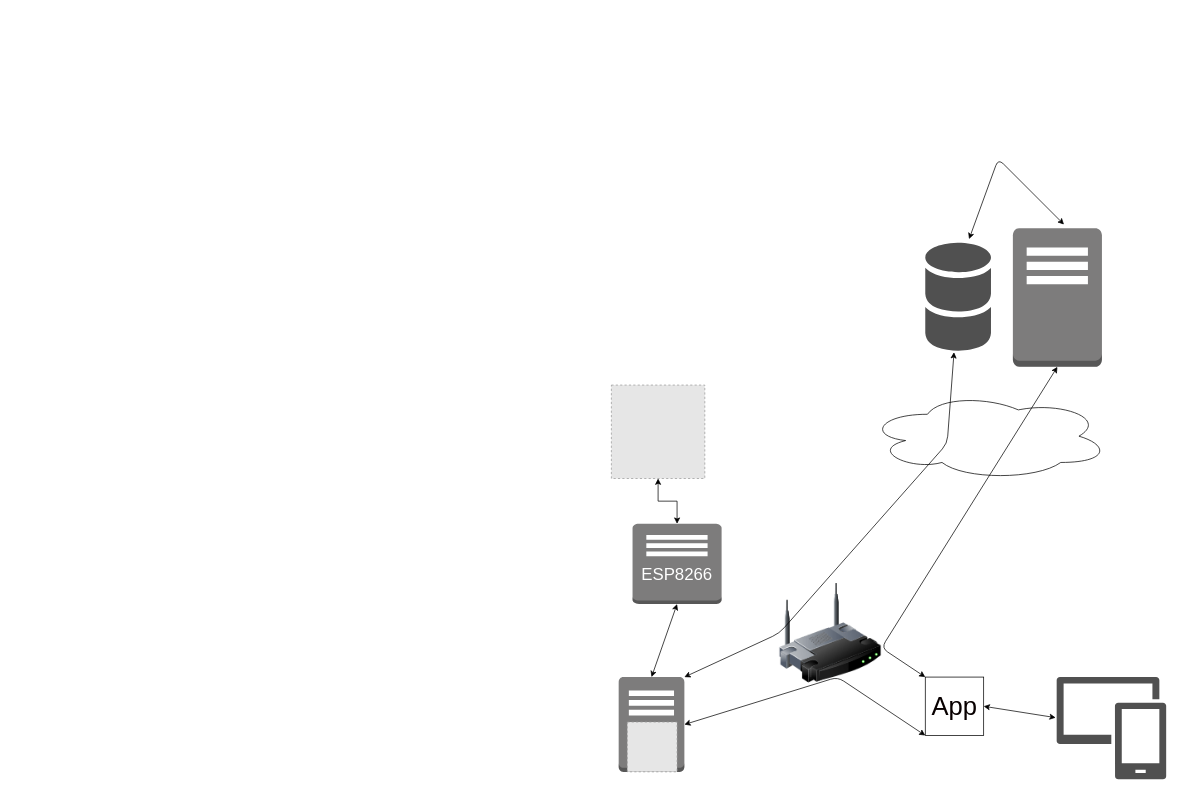
Before: BP/Obhajoba BP/2021/návrh.drawio in dinoq/RPi-Smart-Home, a draw.io diagram. Source tidied: cells renumbered, new cells numbered last; positions are measured from the earlier drawing's top-left corner, leaving out a move shared by most shapes. Both pictures are drawn from the tidied source at 73%, with x=0, y=0 at pixel (611, 158). Pictures stored in the file or linked from it are replaced by grey dashed boxes.
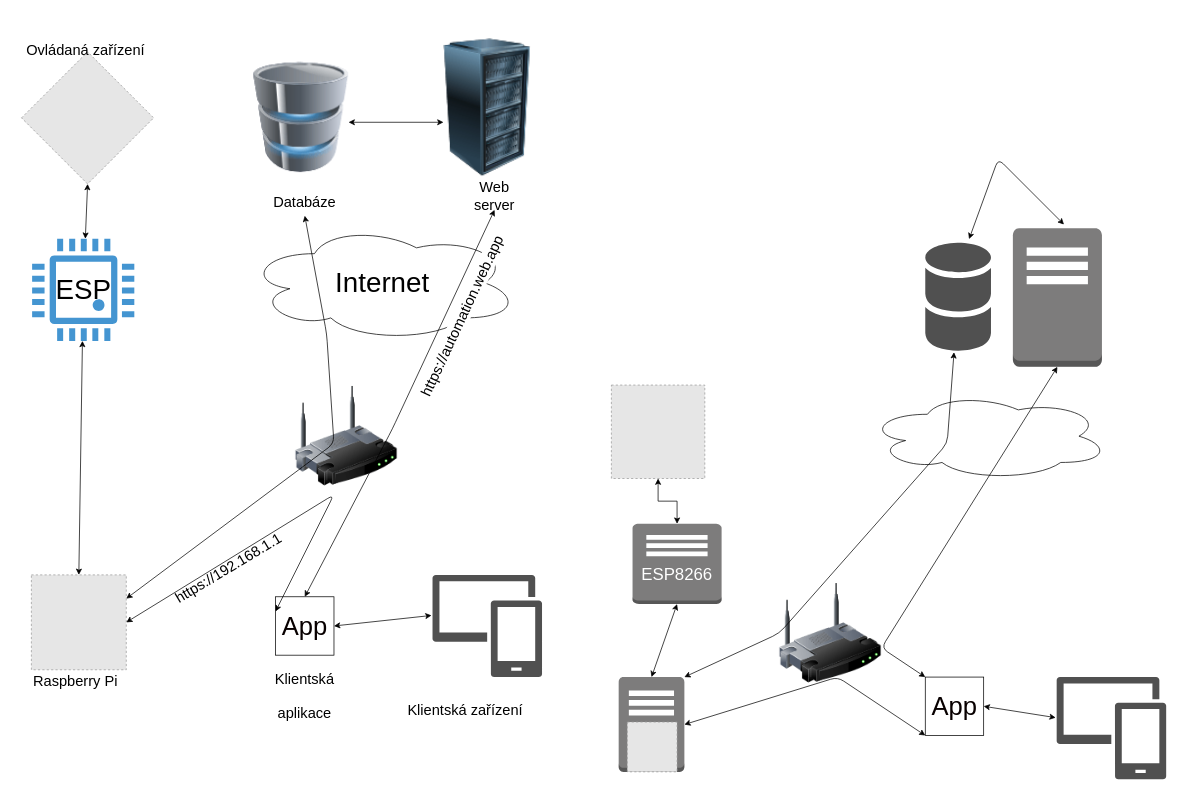
After the change.

Change to the diagram source:
```diff
@@
+    <mxCell id="26" style="image;html=1;image=img/lib/clip_art/networking/Wireless_Router_128x128.png;" parent="1" vertex="1">
+      <mxGeometry x="-433" y="310" width="140" height="140" as="geometry" />
+    </mxCell>
+    <mxCell id="27" style="fillColor=#E6E6E6;strokeColor=#999999;dashed=1;html=1;verticalAlign=top;verticalLabelPosition=bottom;labelBackgroundColor=#ffffff;fontSize=28;" parent="1" vertex="1">
+      <mxGeometry x="-794.5" y="570" width="130" height="130" as="geometry" />
+    </mxCell>
+    <mxCell id="28" style="shadow=0;dashed=0;html=1;strokeColor=none;labelPosition=center;verticalLabelPosition=bottom;verticalAlign=top;align=center;fillColor=#505050;shape=mxgraph.mscae.intune.device_group;" parent="1" vertex="1">
+      <mxGeometry x="-245" y="570" width="150" height="140" as="geometry" />
+    </mxCell>
+    <mxCell id="29" style="group;" parent="1" vertex="1">
+      <mxGeometry x="-460" y="600" width="80" height="80" as="geometry" />
+    </mxCell>
+    <mxCell id="30" style="whiteSpace=wrap;html=1;fontColor=#FFFFFF;" parent="29" vertex="1">
+      <mxGeometry width="80" height="80" as="geometry" />
+    </mxCell>
+    <mxCell id="31" value="&lt;font color=&quot;#080000&quot; style=&quot;font-size: 35px;&quot;&gt;App&lt;/font&gt;" style="text;html=1;strokeColor=none;fillColor=none;align=center;verticalAlign=middle;whiteSpace=wrap;rounded=0;fontColor=#FFFFFF;fontSize=35;" parent="29" vertex="1">
+      <mxGeometry x="20" y="30" width="40" height="20" as="geometry" />
+    </mxCell>
+    <mxCell id="32" style="endArrow=classic;startArrow=classic;html=1;fontSize=35;fontColor=#FFFFFF;entryX=-0.009;entryY=0.397;entryDx=0;entryDy=0;entryPerimeter=0;exitX=1;exitY=0.5;exitDx=0;exitDy=0;" parent="1" edge="1" source="30" target="28">
+      <mxGeometry relative="1" as="geometry" />
+    </mxCell>
+    <mxCell id="33" style="group;" parent="1" vertex="1">
+      <mxGeometry x="-820" y="-120" width="340" height="369.5" as="geometry" />
+    </mxCell>
+    <mxCell id="34" style="fillColor=#E6E6E6;strokeColor=#999999;dashed=1;html=1;verticalAlign=top;verticalLabelPosition=bottom;labelBackgroundColor=#ffffff;fontSize=28;rotation=-45;" parent="33" vertex="1">
+      <mxGeometry x="38.5" width="128" height="128" as="geometry" />
+    </mxCell>
+    <mxCell id="35" style="group;" parent="33" vertex="1">
+      <mxGeometry x="26.5" y="229.5" width="140" height="140" as="geometry" />
+    </mxCell>
+    <mxCell id="36" style="shadow=0;dashed=0;html=1;strokeColor=none;fillColor=#4495D1;labelPosition=center;verticalLabelPosition=bottom;verticalAlign=top;align=center;outlineConnect=0;shape=mxgraph.veeam.cpu;fontSize=28;" parent="35" vertex="1">
+      <mxGeometry width="140" height="140" as="geometry" />
+    </mxCell>
+    <mxCell id="37" value="ESP" style="text;html=1;strokeColor=none;fillColor=none;align=center;verticalAlign=middle;whiteSpace=wrap;rounded=0;fontSize=38;" parent="35" vertex="1">
+      <mxGeometry x="30" y="50" width="80" height="40" as="geometry" />
+    </mxCell>
+    <mxCell id="38" style="endArrow=classic;startArrow=classic;html=1;fontSize=38;entryX=0;entryY=1;entryDx=0;entryDy=0;" parent="33" edge="1" source="36" target="34">
+      <mxGeometry relative="1" as="geometry" />
+    </mxCell>
+    <mxCell id="39" style="endArrow=classic;startArrow=classic;html=1;fontSize=38;exitX=0.5;exitY=0;exitDx=0;exitDy=0;" parent="1" edge="1" source="27" target="36">
+      <mxGeometry relative="1" as="geometry" />
+    </mxCell>
+    <mxCell id="40" style="endArrow=classic;startArrow=classic;html=1;fontSize=38;entryX=0;entryY=0.25;entryDx=0;entryDy=0;exitX=1;exitY=0.5;exitDx=0;exitDy=0;" parent="1" edge="1" source="27" target="30">
+      <mxGeometry relative="1" as="geometry">
+        <Array as="points">
+          <mxPoint x="-380" y="460" />
+        </Array>
+      </mxGeometry>
+    </mxCell>
+    <mxCell id="41" value="&lt;font style=&quot;font-size: 20px&quot;&gt;Klientská zařízení&lt;/font&gt;" style="text;html=1;strokeColor=none;fillColor=none;align=center;verticalAlign=middle;whiteSpace=wrap;rounded=0;fontSize=38;" parent="1" vertex="1">
+      <mxGeometry x="-300" y="735" width="200" height="30" as="geometry" />
+    </mxCell>
+    <mxCell id="42" value="&lt;font style=&quot;font-size: 20px&quot;&gt;Klientská aplikace&lt;/font&gt;" style="text;html=1;strokeColor=none;fillColor=none;align=center;verticalAlign=middle;whiteSpace=wrap;rounded=0;fontSize=38;" parent="1" vertex="1">
+      <mxGeometry x="-490" y="690" width="140" height="80" as="geometry" />
+    </mxCell>
+    <mxCell id="43" value="&lt;font style=&quot;font-size: 20px&quot;&gt;Raspberry Pi&lt;/font&gt;" style="text;html=1;strokeColor=none;fillColor=none;align=center;verticalAlign=middle;whiteSpace=wrap;rounded=0;fontSize=38;" parent="1" vertex="1">
+      <mxGeometry x="-804.5" y="700" width="140" height="20" as="geometry" />
+    </mxCell>
+    <mxCell id="44" value="&lt;span style=&quot;font-size: 20px&quot;&gt;Ovládaná zařízení&lt;br&gt;&lt;/span&gt;" style="text;html=1;strokeColor=none;fillColor=none;align=center;verticalAlign=middle;whiteSpace=wrap;rounded=0;fontSize=38;" parent="1" vertex="1">
+      <mxGeometry x="-820" y="-180" width="200" height="50" as="geometry" />
+    </mxCell>
+    <mxCell id="45" style="group;" parent="1" vertex="1">
+      <mxGeometry x="-500" y="-200" width="730" height="599.5" as="geometry" />
+    </mxCell>
+    <mxCell id="46" style="endArrow=classic;startArrow=classic;html=1;" parent="45" edge="1">
+      <mxGeometry relative="1" as="geometry">
+        <mxPoint x="140" y="150" as="sourcePoint" />
+        <mxPoint x="270" y="150" as="targetPoint" />
+      </mxGeometry>
+    </mxCell>
+    <mxCell id="47" style="group;" parent="45" vertex="1">
+      <mxGeometry x="270" y="20" width="320" height="250" as="geometry" />
+    </mxCell>
+    <mxCell id="48" style="image;html=1;image=img/lib/clip_art/computers/Server_Rack_128x128.png;" parent="47" vertex="1">
+      <mxGeometry width="120" height="220" as="geometry" />
+    </mxCell>
+    <mxCell id="49" value="Web server" style="text;html=1;strokeColor=none;fillColor=none;align=center;verticalAlign=middle;whiteSpace=wrap;rounded=0;fontSize=20;" parent="47" vertex="1">
+      <mxGeometry x="30" y="210" width="80" height="40" as="geometry" />
+    </mxCell>
+    <mxCell id="50" style="group;" parent="45" vertex="1">
+      <mxGeometry width="730" height="599.5" as="geometry" />
+    </mxCell>
+    <mxCell id="51" style="ellipse;shape=cloud;whiteSpace=wrap;html=1;fontSize=38;" parent="50" vertex="1">
+      <mxGeometry y="290" width="373" height="160" as="geometry" />
+    </mxCell>
+    <mxCell id="52" style="image;html=1;image=img/lib/clip_art/computers/Database_128x128.png;" parent="50" vertex="1">
+      <mxGeometry x="10" y="8" width="130" height="270" as="geometry" />
+    </mxCell>
+    <mxCell id="53" value="Databáze" style="text;html=1;strokeColor=none;fillColor=none;align=center;verticalAlign=middle;whiteSpace=wrap;rounded=0;fontSize=20;" parent="50" vertex="1">
+      <mxGeometry x="40" y="238" width="80" height="40" as="geometry" />
+    </mxCell>
+    <mxCell id="54" value="Internet" style="text;html=1;strokeColor=none;fillColor=none;align=center;verticalAlign=middle;whiteSpace=wrap;rounded=0;fontSize=38;" parent="50" vertex="1">
+      <mxGeometry x="118" y="345" width="137" height="50" as="geometry" />
+    </mxCell>
+    <mxCell id="55" value="https://automation.web.app" style="text;html=1;strokeColor=none;fillColor=none;align=center;verticalAlign=middle;whiteSpace=wrap;rounded=0;fontSize=20;rotation=295;labelBackgroundColor=#ffffff;" parent="50" vertex="1">
+      <mxGeometry x="220" y="395" width="150" height="40" as="geometry" />
+    </mxCell>
+    <mxCell id="56" style="endArrow=classic;startArrow=classic;html=1;fontSize=38;exitX=1;exitY=0.25;exitDx=0;exitDy=0;entryX=0.5;entryY=1;entryDx=0;entryDy=0;" parent="1" edge="1" source="27" target="53">
+      <mxGeometry relative="1" as="geometry">
+        <Array as="points">
+          <mxPoint x="-380" y="390" />
+          <mxPoint x="-390" y="240" />
+        </Array>
+      </mxGeometry>
+    </mxCell>
+    <mxCell id="57" style="endArrow=classic;startArrow=classic;html=1;fontSize=38;entryX=0.5;entryY=1;entryDx=0;entryDy=0;exitX=0.5;exitY=0;exitDx=0;exitDy=0;" parent="1" edge="1" source="30" target="49">
+      <mxGeometry relative="1" as="geometry">
+        <Array as="points">
+          <mxPoint x="-300" y="370" />
+        </Array>
+      </mxGeometry>
+    </mxCell>
+    <mxCell id="58" value="https://192.168.1.1" style="text;html=1;strokeColor=none;fillColor=none;align=center;verticalAlign=middle;whiteSpace=wrap;rounded=0;fontSize=20;rotation=329;" parent="1" vertex="1">
+      <mxGeometry x="-600" y="540" width="150" height="40" as="geometry" />
+    </mxCell>
```
